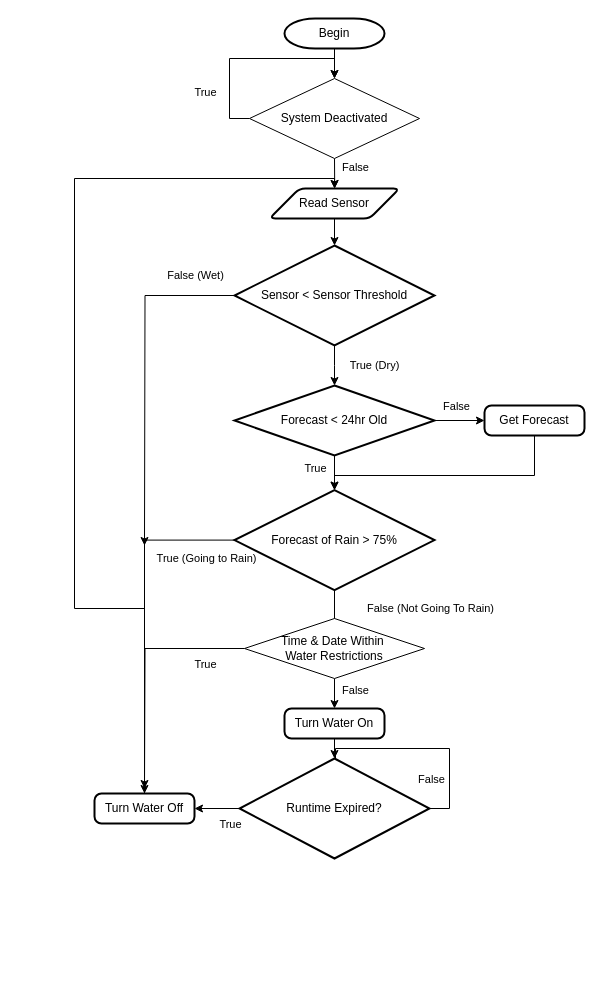
Before: Irrigation System Optimised.drawio in williamprodinger23/williamprodinger23.github.io, a draw.io diagram. Source tidied: cells renumbered, new cells numbered last; positions are measured from the earlier drawing's top-left corner, leaving out a move shared by most shapes. Both pictures are drawn from the tidied source at 100%, with x=0, y=0 at pixel (74, 18).
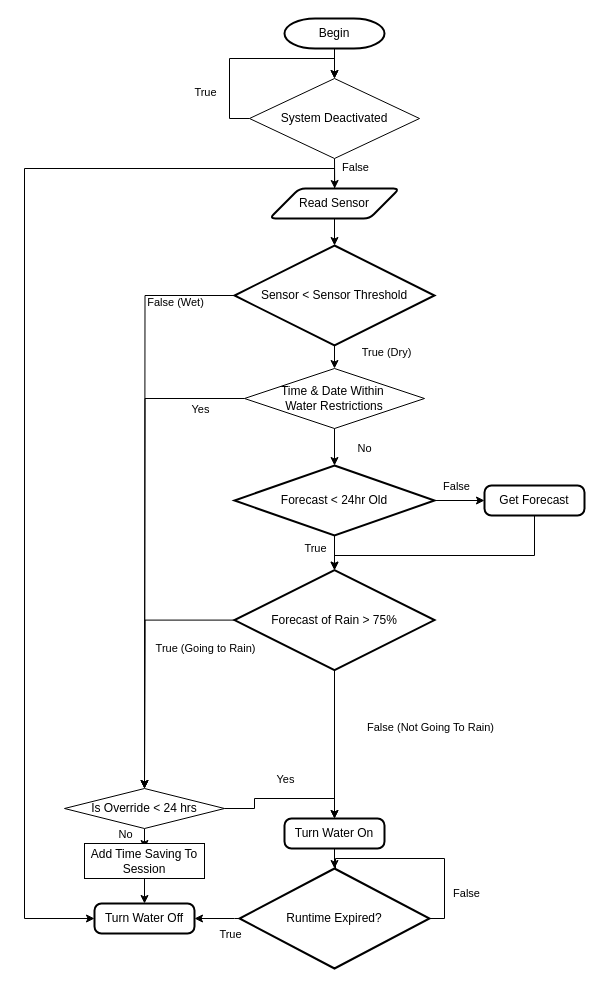
After the change.

The change refers to these unchanged cells:
```xml
<mxCell id="4" value="Read Sensor" style="shape=parallelogram;html=1;strokeWidth=2;perimeter=parallelogramPerimeter;whiteSpace=wrap;rounded=1;arcSize=12;size=0.23;" parent="1" vertex="1">
  <mxGeometry x="195" y="170" width="130" height="30" as="geometry" />
</mxCell>
<mxCell id="7" value="Sensor &amp;lt; Sensor Threshold" style="strokeWidth=2;html=1;shape=mxgraph.flowchart.decision;whiteSpace=wrap;" parent="1" vertex="1">
  <mxGeometry x="160" y="227" width="200" height="100" as="geometry" />
</mxCell>
```

What changed in the source:
```diff
@@
+    <mxCell id="42" style="edgeStyle=orthogonalEdgeStyle;rounded=0;jettySize=auto;html=1;exitX=0.5;exitY=0;exitDx=0;exitDy=0;entryX=0;entryY=0.5;entryDx=0;entryDy=0;" parent="1" edge="1" source="4" target="22">
+      <mxGeometry relative="1" as="geometry">
+        <Array as="points">
+          <mxPoint x="260" y="150" />
+          <mxPoint x="-50" y="150" />
+          <mxPoint x="-50" y="900" />
+        </Array>
+      </mxGeometry>
+    </mxCell>
@@
     <mxCell id="5" style="edgeStyle=orthogonalEdgeStyle;rounded=0;jettySize=auto;html=1;exitX=0;exitY=0.5;exitDx=0;exitDy=0;exitPerimeter=0;" parent="1" edge="1" source="7">
       <mxGeometry relative="1" as="geometry">
-        <mxPoint x="70" y="527" as="targetPoint" />
+        <mxPoint x="70" y="770" as="targetPoint" />
       </mxGeometry>
     </mxCell>
     <mxCell id="6" value="False (Wet)" style="edgeLabel;html=1;align=center;verticalAlign=middle;" parent="5" vertex="1">
       <mxGeometry y="-1" relative="1" as="geometry">
-        <mxPoint x="51" y="-101" as="offset" />
+        <mxPoint x="31" y="-195" as="offset" />
       </mxGeometry>
     </mxCell>
@@
-    <mxCell id="8" style="edgeStyle=orthogonalEdgeStyle;rounded=0;jettySize=auto;html=1;exitX=0;exitY=0.5;exitDx=0;exitDy=0;exitPerimeter=0;entryX=0.5;entryY=0;entryDx=0;entryDy=0;" parent="1" edge="1" source="12" target="22">
-      <mxGeometry relative="1" as="geometry" />
+    <mxCell id="8" style="edgeStyle=orthogonalEdgeStyle;rounded=0;jettySize=auto;html=1;exitX=0;exitY=0.5;exitDx=0;exitDy=0;exitPerimeter=0;" parent="1" edge="1" source="12">
+      <mxGeometry relative="1" as="geometry">
+        <mxPoint x="70" y="770" as="targetPoint" />
+      </mxGeometry>
     </mxCell>
     <mxCell id="9" value="True (Going to Rain)" style="edgeLabel;html=1;align=center;verticalAlign=middle;" parent="8" vertex="1">
       <mxGeometry x="-0.65" y="2" relative="1" as="geometry">
-        <mxPoint x="31" y="16" as="offset" />
+        <mxPoint x="15" y="26" as="offset" />
       </mxGeometry>
     </mxCell>
-    <mxCell id="10" style="edgeStyle=orthogonalEdgeStyle;rounded=0;jettySize=auto;html=1;exitX=0.5;exitY=1;exitDx=0;exitDy=0;exitPerimeter=0;" parent="1" edge="1" source="12">
-      <mxGeometry relative="1" as="geometry">
-        <mxPoint x="260" y="610" as="targetPoint" />
-      </mxGeometry>
+    <mxCell id="10" style="edgeStyle=orthogonalEdgeStyle;rounded=0;jettySize=auto;html=1;exitX=0.5;exitY=1;exitDx=0;exitDy=0;exitPerimeter=0;entryX=0.5;entryY=0;entryDx=0;entryDy=0;" parent="1" edge="1" source="12" target="15">
+      <mxGeometry relative="1" as="geometry" />
     </mxCell>
@@
     <mxCell id="12" value="Forecast of Rain &amp;gt; 75%" style="strokeWidth=2;html=1;shape=mxgraph.flowchart.decision;whiteSpace=wrap;" parent="1" vertex="1">
-      <mxGeometry x="160" y="471.6" width="200" height="100" as="geometry" />
+      <mxGeometry x="160" y="551.6" width="200" height="100" as="geometry" />
     </mxCell>
     <mxCell id="13" style="edgeStyle=orthogonalEdgeStyle;rounded=0;jettySize=auto;html=1;exitX=0.5;exitY=1;exitDx=0;exitDy=0;exitPerimeter=0;" parent="1" edge="1" source="7">
       <mxGeometry relative="1" as="geometry">
-        <mxPoint x="260" y="367" as="targetPoint" />
+        <mxPoint x="260" y="350" as="targetPoint" />
       </mxGeometry>
     </mxCell>
     <mxCell id="14" value="True (Dry)" style="edgeLabel;html=1;align=center;verticalAlign=middle;" parent="13" vertex="1">
       <mxGeometry y="1" relative="1" as="geometry">
-        <mxPoint x="39" as="offset" />
+        <mxPoint x="50" y="-6" as="offset" />
       </mxGeometry>
     </mxCell>
     <mxCell id="15" value="Turn Water On" style="rounded=1;whiteSpace=wrap;html=1;absoluteArcSize=1;arcSize=14;strokeWidth=2;" parent="1" vertex="1">
-      <mxGeometry x="210" y="690" width="100" height="30" as="geometry" />
+      <mxGeometry x="210" y="800" width="100" height="30" as="geometry" />
     </mxCell>
     <mxCell id="16" style="edgeStyle=orthogonalEdgeStyle;rounded=0;jettySize=auto;html=1;exitX=0;exitY=0.5;exitDx=0;exitDy=0;exitPerimeter=0;entryX=1;entryY=0.5;entryDx=0;entryDy=0;" parent="1" edge="1" source="20" target="22">
-      <mxGeometry relative="1" as="geometry" />
+      <mxGeometry relative="1" as="geometry">
+        <Array as="points">
+          <mxPoint x="160" y="900" />
+          <mxPoint x="160" y="900" />
+        </Array>
+      </mxGeometry>
     </mxCell>
@@
     <mxCell id="18" style="edgeStyle=orthogonalEdgeStyle;rounded=0;orthogonalLoop=1;jettySize=auto;html=1;exitX=1;exitY=0.5;exitDx=0;exitDy=0;exitPerimeter=0;entryX=0.5;entryY=0;entryDx=0;entryDy=0;entryPerimeter=0;" parent="1" edge="1" source="20" target="20">
       <mxGeometry relative="1" as="geometry">
         <Array as="points">
-          <mxPoint x="375" y="790" />
-          <mxPoint x="375" y="730" />
-          <mxPoint x="261" y="730" />
+          <mxPoint x="370" y="900" />
+          <mxPoint x="370" y="840" />
           <mxPoint x="261" y="840" />
-          <mxPoint x="260" y="840" />
+          <mxPoint x="261" y="920" />
+          <mxPoint x="260" y="920" />
         </Array>
       </mxGeometry>
     </mxCell>
     <mxCell id="19" value="False" style="edgeLabel;html=1;align=center;verticalAlign=middle;" parent="18" vertex="1">
       <mxGeometry x="-0.52" y="-1" relative="1" as="geometry">
-        <mxPoint x="-2" y="31" as="offset" />
+        <mxPoint x="26" y="35" as="offset" />
       </mxGeometry>
     </mxCell>
     <mxCell id="20" value="Runtime Expired?" style="strokeWidth=2;html=1;shape=mxgraph.flowchart.decision;whiteSpace=wrap;" parent="1" vertex="1">
-      <mxGeometry x="165" y="740" width="190" height="100" as="geometry" />
+      <mxGeometry x="165" y="850" width="190" height="100" as="geometry" />
     </mxCell>
-    <mxCell id="21" style="edgeStyle=orthogonalEdgeStyle;rounded=0;jettySize=auto;html=1;exitX=0.5;exitY=1;exitDx=0;exitDy=0;entryX=0.5;entryY=0;entryDx=0;entryDy=0;" parent="1" edge="1" source="22" target="4">
-      <mxGeometry relative="1" as="geometry">
-        <Array as="points">
-          <mxPoint x="70" y="590" />
-          <mxPoint y="590" />
-          <mxPoint y="160" />
-          <mxPoint x="260" y="160" />
-        </Array>
-      </mxGeometry>
-    </mxCell>
     <mxCell id="22" value="Turn Water Off" style="rounded=1;whiteSpace=wrap;html=1;absoluteArcSize=1;arcSize=14;strokeWidth=2;" parent="1" vertex="1">
-      <mxGeometry x="20" y="775" width="100" height="30" as="geometry" />
+      <mxGeometry x="20" y="885" width="100" height="30" as="geometry" />
     </mxCell>
-    <mxCell id="23" style="edgeStyle=orthogonalEdgeStyle;rounded=0;jettySize=auto;html=1;exitX=0.5;exitY=1;exitDx=0;exitDy=0;entryX=0.5;entryY=0;entryDx=0;entryDy=0;entryPerimeter=0;" parent="1" edge="1" source="15" target="20">
-      <mxGeometry relative="1" as="geometry" />
+    <mxCell id="23" style="edgeStyle=orthogonalEdgeStyle;rounded=0;jettySize=auto;html=1;exitX=0.5;exitY=1;exitDx=0;exitDy=0;entryX=0.5;entryY=0;entryDx=0;entryDy=0;entryPerimeter=0;" parent="1" edge="1" source="15">
+      <mxGeometry relative="1" as="geometry">
+        <mxPoint x="260" y="850" as="targetPoint" />
+      </mxGeometry>
     </mxCell>
@@
     <mxCell id="26" value="Forecast &amp;lt; 24hr Old" style="strokeWidth=2;html=1;shape=mxgraph.flowchart.decision;whiteSpace=wrap;" parent="1" vertex="1">
-      <mxGeometry x="160" y="367" width="200" height="70" as="geometry" />
+      <mxGeometry x="160" y="447" width="200" height="70" as="geometry" />
     </mxCell>
     <mxCell id="27" value="Get Forecast" style="rounded=1;whiteSpace=wrap;html=1;absoluteArcSize=1;arcSize=14;strokeWidth=2;" parent="1" vertex="1">
-      <mxGeometry x="410" y="387" width="100" height="30" as="geometry" />
+      <mxGeometry x="410" y="467" width="100" height="30" as="geometry" />
     </mxCell>
@@
     <mxCell id="30" style="edgeStyle=orthogonalEdgeStyle;rounded=0;jettySize=auto;html=1;exitX=0.5;exitY=1;exitDx=0;exitDy=0;entryX=0.5;entryY=0;entryDx=0;entryDy=0;entryPerimeter=0;" parent="1" edge="1" source="27" target="12">
       <mxGeometry relative="1" as="geometry">
         <Array as="points">
-          <mxPoint x="460" y="457" />
-          <mxPoint x="260" y="457" />
+          <mxPoint x="460" y="537" />
+          <mxPoint x="260" y="537" />
         </Array>
       </mxGeometry>
     </mxCell>
@@
-    <mxCell id="37" style="edgeStyle=orthogonalEdgeStyle;rounded=0;jettySize=auto;html=1;exitX=0;exitY=0.5;exitDx=0;exitDy=0;" parent="1" edge="1" source="41">
-      <mxGeometry relative="1" as="geometry">
-        <mxPoint x="70" y="770" as="targetPoint" />
-      </mxGeometry>
-    </mxCell>
-    <mxCell id="38" value="True" style="edgeLabel;html=1;align=center;verticalAlign=middle;" parent="37" vertex="1">
-      <mxGeometry x="-0.64" relative="1" as="geometry">
-        <mxPoint x="3" y="15" as="offset" />
-      </mxGeometry>
-    </mxCell>
-    <mxCell id="39" style="edgeStyle=orthogonalEdgeStyle;rounded=0;jettySize=auto;html=1;exitX=0.5;exitY=1;exitDx=0;exitDy=0;entryX=0.5;entryY=0;entryDx=0;entryDy=0;" parent="1" edge="1" source="41" target="15">
-      <mxGeometry relative="1" as="geometry" />
-    </mxCell>
-    <mxCell id="40" value="False" style="edgeLabel;html=1;align=center;verticalAlign=middle;" parent="39" vertex="1">
-      <mxGeometry x="-0.15" y="-3" relative="1" as="geometry">
-        <mxPoint x="23" y="-2" as="offset" />
-      </mxGeometry>
-    </mxCell>
+    <mxCell id="43" style="edgeStyle=orthogonalEdgeStyle;rounded=0;jettySize=auto;html=1;exitX=0;exitY=0.5;exitDx=0;exitDy=0;" parent="1" edge="1" source="41">
+      <mxGeometry relative="1" as="geometry">
+        <mxPoint x="70" y="770" as="targetPoint" />
+      </mxGeometry>
+    </mxCell>
+    <mxCell id="44" value="Yes" style="edgeLabel;html=1;align=center;verticalAlign=middle;" parent="43" vertex="1">
+      <mxGeometry x="-0.79" y="6" relative="1" as="geometry">
+        <mxPoint x="6" y="4" as="offset" />
+      </mxGeometry>
+    </mxCell>
     <mxCell id="41" value="Time &amp;amp; Date Within&amp;nbsp;&lt;div&gt;Water Restrictions&lt;/div&gt;" style="rhombus;whiteSpace=wrap;html=1;" parent="1" vertex="1">
-      <mxGeometry x="170" y="600" width="180" height="60" as="geometry" />
+      <mxGeometry x="170" y="350" width="180" height="60" as="geometry" />
     </mxCell>
+    <mxCell id="45" value="No" style="edgeStyle=orthogonalEdgeStyle;rounded=0;jettySize=auto;html=1;exitX=0.5;exitY=1;exitDx=0;exitDy=0;entryX=0.5;entryY=0;entryDx=0;entryDy=0;entryPerimeter=0;" parent="1" edge="1" source="41" target="26">
+      <mxGeometry x="0.08" y="30" relative="1" as="geometry" />
+    </mxCell>
+    <mxCell id="46" style="edgeStyle=orthogonalEdgeStyle;rounded=0;jettySize=auto;html=1;exitX=0.5;exitY=1;exitDx=0;exitDy=0;entryX=0.5;entryY=0.143;entryDx=0;entryDy=0;entryPerimeter=0;" parent="1" edge="1" source="50" target="52">
+      <mxGeometry relative="1" as="geometry" />
+    </mxCell>
+    <mxCell id="47" value="No" style="edgeLabel;html=1;align=center;verticalAlign=middle;" parent="46" vertex="1">
+      <mxGeometry x="0.02" y="3" relative="1" as="geometry">
+        <mxPoint x="-23" y="-5" as="offset" />
+      </mxGeometry>
+    </mxCell>
+    <mxCell id="48" style="edgeStyle=orthogonalEdgeStyle;rounded=0;jettySize=auto;html=1;exitX=1;exitY=0.5;exitDx=0;exitDy=0;entryX=0.5;entryY=0;entryDx=0;entryDy=0;" parent="1" edge="1" source="50" target="15">
+      <mxGeometry relative="1" as="geometry" />
+    </mxCell>
+    <mxCell id="49" value="Yes" style="edgeLabel;html=1;align=center;verticalAlign=middle;" parent="48" vertex="1">
+      <mxGeometry x="0.01" y="-4" relative="1" as="geometry">
+        <mxPoint x="-1" y="-24" as="offset" />
+      </mxGeometry>
+    </mxCell>
+    <mxCell id="50" value="Is Override &amp;lt; 24 hrs" style="rhombus;whiteSpace=wrap;html=1;" parent="1" vertex="1">
+      <mxGeometry x="-10" y="770" width="160" height="40" as="geometry" />
+    </mxCell>
+    <mxCell id="51" style="edgeStyle=orthogonalEdgeStyle;rounded=0;jettySize=auto;html=1;exitX=0.5;exitY=1;exitDx=0;exitDy=0;entryX=0.5;entryY=0;entryDx=0;entryDy=0;" parent="1" edge="1" source="52" target="22">
+      <mxGeometry relative="1" as="geometry" />
+    </mxCell>
+    <mxCell id="52" value="Add Time Saving To Session" style="rounded=0;whiteSpace=wrap;html=1;" parent="1" vertex="1">
+      <mxGeometry x="10" y="825" width="120" height="35" as="geometry" />
+    </mxCell>
```
